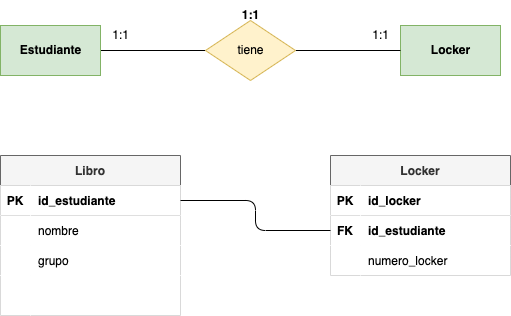
Above: tareas/tarea-3/images/ejercicio2.drawio.png in deylansystem/actividadesBAE (draw.io), before the change. Source tidied: cells renumbered, new cells last; positions are measured from the earlier drawing's top-left corner, leaving out a move shared by most shapes. Source of this version:
```xml
<mxGraphModel>
  <root>
    <mxCell id="0" />
    <mxCell id="1" parent="0" />
    <mxCell id="2" style="edgeStyle=none;html=1;exitX=1;exitY=0.5;exitDx=0;exitDy=0;entryX=0;entryY=0.5;entryDx=0;entryDy=0;endArrow=none;endFill=0;" parent="1" edge="1" source="3" target="6">
      <mxGeometry relative="1" as="geometry" />
    </mxCell>
    <mxCell id="3" value="&lt;b&gt;&lt;font color=&quot;#000000&quot;&gt;Estudiante&lt;/font&gt;&lt;/b&gt;" style="html=1;dashed=0;whitespace=wrap;fillColor=#d5e8d4;strokeColor=#82b366;" parent="1" vertex="1">
      <mxGeometry y="25" width="100" height="50" as="geometry" />
    </mxCell>
    <mxCell id="4" value="&lt;b&gt;&lt;font color=&quot;#000000&quot;&gt;Locker&lt;/font&gt;&lt;/b&gt;" style="html=1;dashed=0;whitespace=wrap;fillColor=#d5e8d4;strokeColor=#82b366;" parent="1" vertex="1">
      <mxGeometry x="400" y="25" width="100" height="50" as="geometry" />
    </mxCell>
    <mxCell id="5" style="edgeStyle=none;html=1;exitX=1;exitY=0.5;exitDx=0;exitDy=0;entryX=0;entryY=0.5;entryDx=0;entryDy=0;endArrow=none;endFill=0;" parent="1" edge="1" source="6" target="4">
      <mxGeometry relative="1" as="geometry" />
    </mxCell>
    <mxCell id="6" value="&lt;font color=&quot;#000000&quot;&gt;tiene&lt;/font&gt;" style="shape=rhombus;html=1;dashed=0;whitespace=wrap;perimeter=rhombusPerimeter;fillColor=#fff2cc;strokeColor=#d6b656;" parent="1" vertex="1">
      <mxGeometry x="205" y="20" width="90" height="60" as="geometry" />
    </mxCell>
    <mxCell id="7" value="&lt;b&gt;1:1&lt;/b&gt;" style="text;html=1;align=center;verticalAlign=middle;strokeColor=none;fillColor=none;" parent="1" vertex="1">
      <mxGeometry x="230" width="40" height="30" as="geometry" />
    </mxCell>
    <mxCell id="8" value="1:1" style="text;html=1;align=center;verticalAlign=middle;strokeColor=none;fillColor=none;" parent="1" vertex="1">
      <mxGeometry x="100" y="20" width="40" height="30" as="geometry" />
    </mxCell>
    <mxCell id="9" value="1:1" style="text;html=1;align=center;verticalAlign=middle;strokeColor=none;fillColor=none;" parent="1" vertex="1">
      <mxGeometry x="360" y="20" width="40" height="30" as="geometry" />
    </mxCell>
    <mxCell id="10" value="Libro" style="shape=table;startSize=30;rowLines=0;fontStyle=1;align=center;fillColor=#f5f5f5;strokeColor=#666666;fontColor=#333333;" parent="1" vertex="1">
      <mxGeometry y="155" width="180" height="160" as="geometry" />
    </mxCell>
    <mxCell id="11" style="shape=tableRow;horizontal=0;startSize=0;swimlaneHead=0;swimlaneBody=0;fillColor=#FFFFFF;points=[[0,0.5],[1,0.5]];portConstraint=eastwest;top=0;left=0;right=0;bottom=1;fontColor=#000000;" parent="10" vertex="1">
      <mxGeometry y="30" width="180" height="30" as="geometry" />
    </mxCell>
    <mxCell id="12" value="PK" style="shape=partialRectangle;fillColor=#FFFFFF;top=0;left=0;bottom=0;right=0;fontStyle=1;overflow=hidden;fontColor=#000000;" parent="11" vertex="1">
      <mxGeometry width="30" height="30" as="geometry" />
    </mxCell>
    <mxCell id="13" value="id_estudiante" style="shape=partialRectangle;fillColor=#FFFFFF;top=0;left=0;bottom=0;right=0;align=left;spacingLeft=6;fontStyle=1;overflow=hidden;fontColor=#000000;" parent="11" vertex="1">
      <mxGeometry x="30" width="150" height="30" as="geometry" />
    </mxCell>
    <mxCell id="14" style="shape=tableRow;horizontal=0;startSize=0;swimlaneHead=0;swimlaneBody=0;fillColor=#FFFFFF;top=0;left=0;right=0;bottom=0;fontColor=#000000;" parent="10" vertex="1">
      <mxGeometry y="60" width="180" height="30" as="geometry" />
    </mxCell>
    <mxCell id="15" style="shape=partialRectangle;fillColor=#FFFFFF;top=0;left=0;bottom=0;right=0;overflow=hidden;fontColor=#000000;" parent="14" vertex="1">
      <mxGeometry width="30" height="30" as="geometry" />
    </mxCell>
    <mxCell id="16" value="nombre" style="shape=partialRectangle;fillColor=#FFFFFF;top=0;left=0;bottom=0;right=0;align=left;spacingLeft=6;overflow=hidden;fontColor=#000000;" parent="14" vertex="1">
      <mxGeometry x="30" width="150" height="30" as="geometry" />
    </mxCell>
    <mxCell id="17" style="shape=tableRow;horizontal=0;startSize=0;swimlaneHead=0;swimlaneBody=0;fillColor=#FFFFFF;top=0;left=0;right=0;bottom=0;fontColor=#000000;" parent="10" vertex="1">
      <mxGeometry y="90" width="180" height="30" as="geometry" />
    </mxCell>
    <mxCell id="18" style="shape=partialRectangle;fillColor=#FFFFFF;top=0;left=0;bottom=0;right=0;overflow=hidden;fontColor=#000000;" parent="17" vertex="1">
      <mxGeometry width="30" height="30" as="geometry" />
    </mxCell>
    <mxCell id="19" value="grupo" style="shape=partialRectangle;fillColor=#FFFFFF;top=0;left=0;bottom=0;right=0;align=left;spacingLeft=6;overflow=hidden;fontColor=#000000;" parent="17" vertex="1">
      <mxGeometry x="30" width="150" height="30" as="geometry" />
    </mxCell>
    <mxCell id="20" style="shape=tableRow;horizontal=0;startSize=0;swimlaneHead=0;swimlaneBody=0;fillColor=#FFFFFF;top=0;left=0;right=0;bottom=0;fontColor=#000000;" parent="10" vertex="1">
      <mxGeometry y="120" width="180" height="40" as="geometry" />
    </mxCell>
    <mxCell id="21" style="shape=partialRectangle;fillColor=#FFFFFF;top=0;left=0;bottom=0;right=0;overflow=hidden;fontColor=#000000;" parent="20" vertex="1">
      <mxGeometry width="30" height="40" as="geometry" />
    </mxCell>
    <mxCell id="22" style="shape=partialRectangle;fillColor=#FFFFFF;top=0;left=0;bottom=0;right=0;align=left;spacingLeft=6;overflow=hidden;fontColor=#000000;" parent="20" vertex="1">
      <mxGeometry x="30" width="150" height="40" as="geometry" />
    </mxCell>
    <mxCell id="23" value="Locker" style="shape=table;startSize=30;rowLines=0;fontStyle=1;align=center;fontColor=#333333;fillColor=#f5f5f5;strokeColor=#666666;" parent="1" vertex="1">
      <mxGeometry x="330" y="155" width="180" height="120" as="geometry" />
    </mxCell>
    <mxCell id="24" style="shape=tableRow;horizontal=0;startSize=0;swimlaneHead=0;swimlaneBody=0;fillColor=#FFFFFF;top=0;left=0;right=0;bottom=1;fontColor=#000000;" parent="23" vertex="1">
      <mxGeometry y="30" width="180" height="30" as="geometry" />
    </mxCell>
    <mxCell id="25" value="PK" style="shape=partialRectangle;fillColor=#FFFFFF;top=0;left=0;bottom=0;right=0;fontStyle=1;overflow=hidden;fontColor=#000000;" parent="24" vertex="1">
      <mxGeometry width="30" height="30" as="geometry" />
    </mxCell>
    <mxCell id="26" value="id_locker" style="shape=partialRectangle;fillColor=#FFFFFF;top=0;left=0;bottom=0;right=0;align=left;spacingLeft=6;fontStyle=1;overflow=hidden;fontColor=#000000;" parent="24" vertex="1">
      <mxGeometry x="30" width="150" height="30" as="geometry" />
    </mxCell>
    <mxCell id="27" style="shape=tableRow;horizontal=0;startSize=0;swimlaneHead=0;swimlaneBody=0;fillColor=#FFFFFF;points=[[0,0.5],[1,0.5]];portConstraint=eastwest;top=0;left=0;right=0;bottom=0;fontColor=#000000;" parent="23" vertex="1">
      <mxGeometry y="60" width="180" height="30" as="geometry" />
    </mxCell>
    <mxCell id="28" value="FK" style="shape=partialRectangle;fillColor=#FFFFFF;top=0;left=0;bottom=0;right=0;overflow=hidden;fontColor=#000000;fontStyle=1;" parent="27" vertex="1">
      <mxGeometry width="30" height="30" as="geometry" />
    </mxCell>
    <mxCell id="29" value="id_estudiante" style="shape=partialRectangle;fillColor=#FFFFFF;top=0;left=0;bottom=0;right=0;align=left;spacingLeft=6;overflow=hidden;fontColor=#000000;fontStyle=1;" parent="27" vertex="1">
      <mxGeometry x="30" width="150" height="30" as="geometry" />
    </mxCell>
    <mxCell id="30" style="shape=tableRow;horizontal=0;startSize=0;swimlaneHead=0;swimlaneBody=0;fillColor=#FFFFFF;top=0;left=0;right=0;bottom=0;fontColor=#000000;" parent="23" vertex="1">
      <mxGeometry y="90" width="180" height="30" as="geometry" />
    </mxCell>
    <mxCell id="31" style="shape=partialRectangle;fillColor=#FFFFFF;top=0;left=0;bottom=0;right=0;overflow=hidden;fontColor=#000000;" parent="30" vertex="1">
      <mxGeometry width="30" height="30" as="geometry" />
    </mxCell>
    <mxCell id="32" value="numero_locker" style="shape=partialRectangle;fillColor=#FFFFFF;top=0;left=0;bottom=0;right=0;align=left;spacingLeft=6;overflow=hidden;fontColor=#000000;" parent="30" vertex="1">
      <mxGeometry x="30" width="150" height="30" as="geometry" />
    </mxCell>
    <mxCell id="33" style="edgeStyle=orthogonalEdgeStyle;html=1;exitX=1;exitY=0.5;exitDx=0;exitDy=0;entryX=0;entryY=0.5;entryDx=0;entryDy=0;fontColor=#000000;endArrow=none;endFill=0;" parent="1" edge="1" source="11" target="27">
      <mxGeometry relative="1" as="geometry" />
    </mxCell>
  </root>
</mxGraphModel>
```
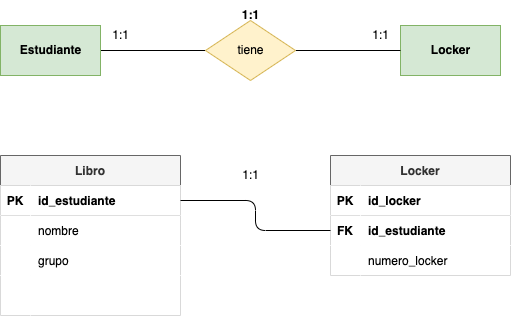
After the change.

The edit, as a diff of the source:
```diff
@@ -98,5 +98,8 @@
     <mxCell id="33" style="edgeStyle=orthogonalEdgeStyle;html=1;exitX=1;exitY=0.5;exitDx=0;exitDy=0;entryX=0;entryY=0.5;entryDx=0;entryDy=0;fontColor=#000000;endArrow=none;endFill=0;" parent="1" edge="1" source="11" target="27">
       <mxGeometry relative="1" as="geometry" />
     </mxCell>
+    <mxCell id="34" value="1:1" style="text;html=1;align=center;verticalAlign=middle;strokeColor=none;fillColor=none;" parent="1" vertex="1">
+      <mxGeometry x="230" y="160" width="40" height="30" as="geometry" />
+    </mxCell>
   </root>
 </mxGraphModel>
```
